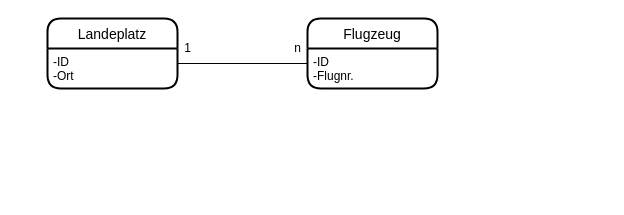
The draw.io diagram page "Aufgabe_1b" (2 of 5) of Aufgabe_1_bis_3/Aufgabe_1_a,b,c,d,e.drawio in Artjom1234/ProbeKlausurDB, before the edit. Source tidied: cells renumbered, new cells numbered last; positions are measured from the earlier drawing's top-left corner, leaving out a move shared by most shapes. Both pictures are drawn from the tidied source at 100%, with x=0, y=0 at pixel (47, 18).
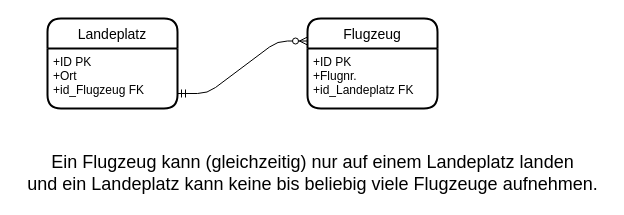
The same diagram, later.

The edit, as a diff of the source:
```diff
@@
 <mxGraphModel>
   <root>
     <mxCell id="0" />
     <mxCell id="1" parent="0" />
     <mxCell id="2" value="Flugzeug" style="swimlane;horizontal=1;startSize=30;rounded=1;fontSize=14;fontStyle=0;strokeWidth=2;shadow=0;dashed=0;align=center;" parent="1" vertex="1">
-      <mxGeometry x="260" width="130" height="70" as="geometry" />
+      <mxGeometry x="260" width="130" height="90" as="geometry" />
     </mxCell>
-    <mxCell id="3" value="-ID&#10;-Flugnr.&#10;&#10;" style="align=left;strokeColor=none;fillColor=none;spacingLeft=4;fontSize=12;verticalAlign=top;" parent="2" vertex="1">
-      <mxGeometry y="30" width="130" height="40" as="geometry" />
+    <mxCell id="3" value="+ID PK&#10;+Flugnr.&#10;+id_Landeplatz FK&#10;&#10;&#10;" style="align=left;strokeColor=none;fillColor=none;spacingLeft=4;fontSize=12;verticalAlign=top;" parent="2" vertex="1">
+      <mxGeometry y="30" width="130" height="60" as="geometry" />
     </mxCell>
     <mxCell id="4" value="Landeplatz" style="swimlane;horizontal=1;startSize=30;rounded=1;fontSize=14;fontStyle=0;strokeWidth=2;shadow=0;dashed=0;align=center;" parent="1" vertex="1">
-      <mxGeometry width="130" height="70" as="geometry" />
+      <mxGeometry width="130" height="90" as="geometry" />
     </mxCell>
-    <mxCell id="5" value="-ID&#10;-Ort&#10;" style="align=left;strokeColor=none;fillColor=none;spacingLeft=4;fontSize=12;verticalAlign=top;" parent="4" vertex="1">
-      <mxGeometry y="30" width="130" height="40" as="geometry" />
+    <mxCell id="5" value="+ID PK&#10;+Ort&#10;+id_Flugzeug FK&#10;&#10;" style="align=left;strokeColor=none;fillColor=none;spacingLeft=4;fontSize=12;verticalAlign=top;" parent="4" vertex="1">
+      <mxGeometry y="30" width="130" height="60" as="geometry" />
     </mxCell>
-    <mxCell id="6" style="line;strokeWidth=1;dashed=0;labelPosition=right;align=left;verticalAlign=middle;spacingTop=0;spacingLeft=6;" parent="1" vertex="1">
-      <mxGeometry x="130" y="40" width="130" height="10" as="geometry" />
-    </mxCell>
-    <mxCell id="7" value="1" style="text;html=1;align=center;verticalAlign=middle;fillColor=none;strokeColor=none;rounded=0;" parent="1" vertex="1">
-      <mxGeometry x="130" y="20" width="20" height="20" as="geometry" />
-    </mxCell>
-    <mxCell id="8" value="n" style="text;html=1;align=center;verticalAlign=middle;fillColor=none;strokeColor=none;rounded=0;" parent="1" vertex="1">
-      <mxGeometry x="240" y="20" width="20" height="20" as="geometry" />
-    </mxCell>
+    <mxCell id="9" style="edgeStyle=entityRelationEdgeStyle;fontSize=12;html=1;endArrow=ERzeroToMany;startArrow=ERmandOne;entryX=0;entryY=0.25;entryDx=0;entryDy=0;exitX=1;exitY=0.75;exitDx=0;exitDy=0;" parent="1" edge="1" source="5" target="2">
+      <mxGeometry relative="1" as="geometry" />
+    </mxCell>
+    <mxCell id="10" value="&lt;div&gt;Ein Flugzeug kann (gleichzeitig) nur auf einem Landeplatz landen&lt;/div&gt;&lt;div&gt;und ein Landeplatz kann keine bis beliebig viele Flugzeuge aufnehmen.&lt;br&gt;&lt;/div&gt;" style="text;html=1;align=center;verticalAlign=middle;fillColor=none;strokeColor=none;rounded=0;fontSize=18;" parent="1" vertex="1">
+      <mxGeometry x="-30" y="130" width="590" height="50" as="geometry" />
+    </mxCell>
   </root>
 </mxGraphModel>
```
